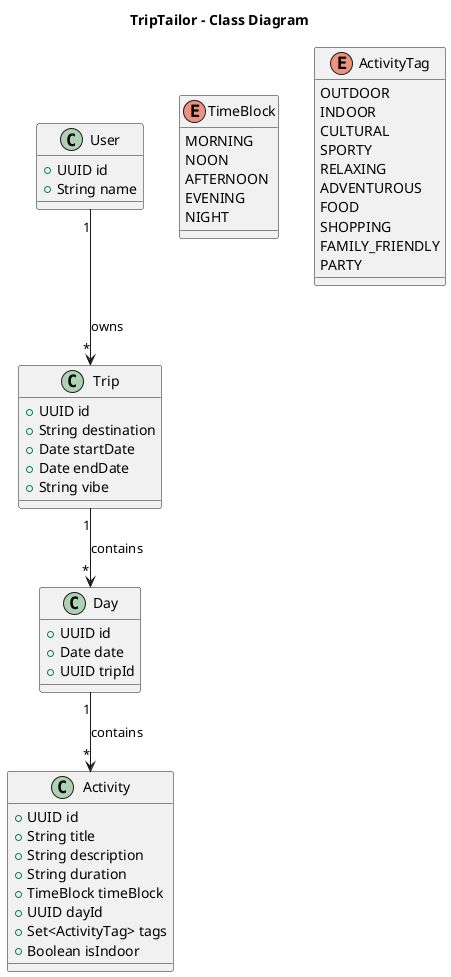
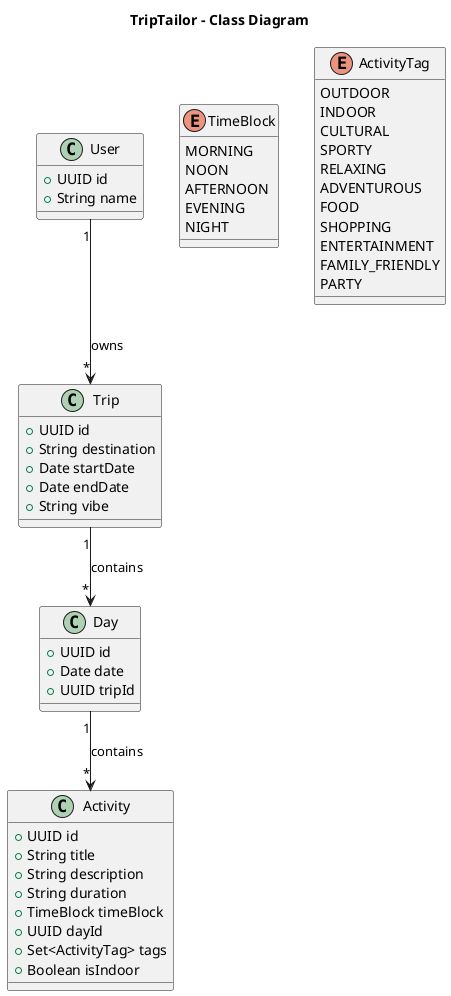
@startuml class-diagram
title TripTailor - Class Diagram

class Trip {
  +UUID id
  +String destination
  +Date startDate
  +Date endDate
  +String vibe
}

class Day {
  +UUID id
  +Date date
  +UUID tripId
}

class Activity {
  +UUID id
  +String title
  +String description
  +String duration
  +TimeBlock timeBlock
  +UUID dayId
  +Set<ActivityTag> tags
  +Boolean isIndoor
}

enum TimeBlock {
  MORNING
  NOON
  AFTERNOON
  EVENING
  NIGHT
}

enum ActivityTag {
  OUTDOOR
  INDOOR
  CULTURAL
  SPORTY
  RELAXING
  ADVENTUROUS
  FOOD
  SHOPPING
+   ENTERTAINMENT
  FAMILY_FRIENDLY
  PARTY
}

class User {
  +UUID id
  +String name
}

User "1" --> "*" Trip : owns
Trip "1" --> "*" Day : contains
Day "1" --> "*" Activity : contains

- @enduml+ @enduml
